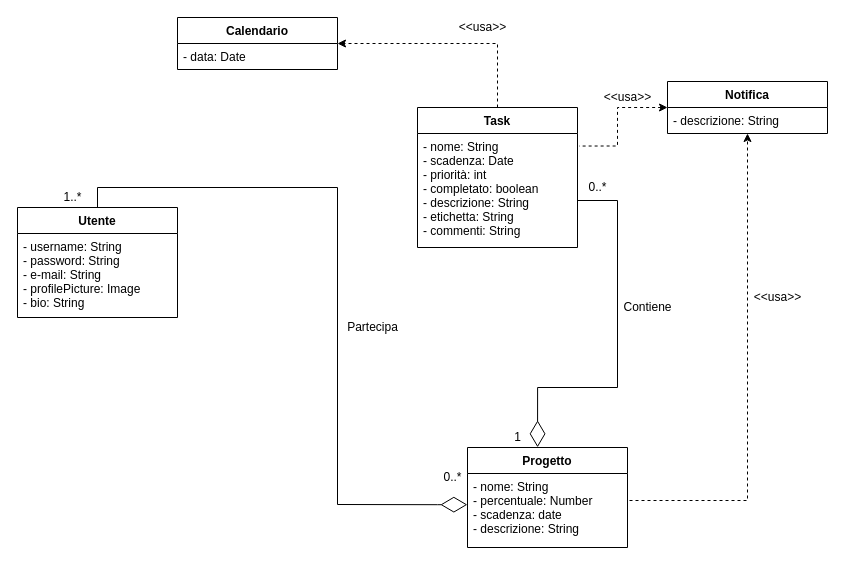
Above: Documentazione/Diagrammi/Diagrammi .drawio/BeeWork-Data_model.drawio in SelVer99/BeeWork (draw.io), before the change. Source tidied: cells renumbered, new cells numbered last; positions are measured from the earlier drawing's top-left corner, leaving out a move shared by most shapes. Both pictures are drawn from the tidied source at 100%, with x=0, y=0 at pixel (17, 17).
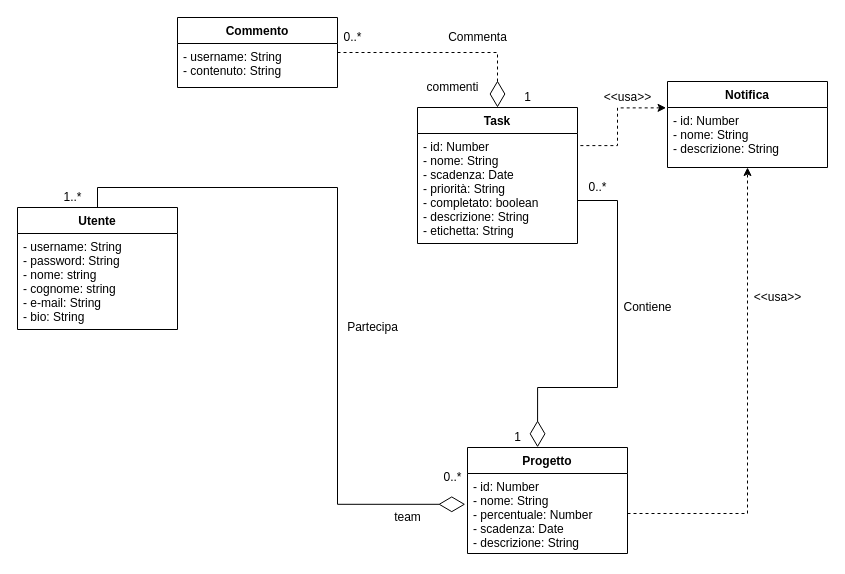
The same page after the edit.

Commit message (it also covers changes not shown here):
Modifiche al model Task

The edit, as a diff of the source:
```diff
@@
     <mxCell id="2" value="Utente" style="swimlane;fontStyle=1;align=center;verticalAlign=top;horizontal=1;startSize=26;" parent="1" vertex="1">
-      <mxGeometry y="190" width="160" height="110" as="geometry" />
+      <mxGeometry y="190" width="160" height="122" as="geometry" />
     </mxCell>
-    <mxCell id="3" value="- username: String&#10;- password: String&#10;- e-mail: String&#10;- profilePicture: Image&#10;- bio: String" style="text;strokeColor=none;fillColor=none;align=left;verticalAlign=top;spacingLeft=4;spacingRight=4;overflow=hidden;" parent="2" vertex="1">
-      <mxGeometry y="26" width="160" height="84" as="geometry" />
+    <mxCell id="3" value="- username: String&#10;- password: String&#10;- nome: string&#10;- cognome: string&#10;- e-mail: String&#10;- bio: String" style="text;strokeColor=none;fillColor=none;align=left;verticalAlign=top;spacingLeft=4;spacingRight=4;overflow=hidden;" parent="2" vertex="1">
+      <mxGeometry y="26" width="160" height="96" as="geometry" />
     </mxCell>
     <mxCell id="4" value="Progetto" style="swimlane;fontStyle=1;align=center;verticalAlign=top;horizontal=1;startSize=26;" parent="1" vertex="1">
-      <mxGeometry x="450" y="430" width="160" height="100" as="geometry" />
+      <mxGeometry x="450" y="430" width="160" height="106" as="geometry" />
     </mxCell>
-    <mxCell id="5" value="- nome: String&#10;- percentuale: Number &#10;- scadenza: date&#10;- descrizione: String" style="text;strokeColor=none;fillColor=none;align=left;verticalAlign=top;spacingLeft=4;spacingRight=4;overflow=hidden;points=[[0,0.5],[1,0.5]];portConstraint=eastwest;" parent="4" vertex="1">
-      <mxGeometry y="26" width="160" height="74" as="geometry" />
+    <mxCell id="5" value="- id: Number&#10;- nome: String&#10;- percentuale: Number &#10;- scadenza: Date&#10;- descrizione: String" style="text;strokeColor=none;fillColor=none;align=left;verticalAlign=top;spacingLeft=4;spacingRight=4;overflow=hidden;points=[[0,0.5],[1,0.5]];portConstraint=eastwest;" parent="4" vertex="1">
+      <mxGeometry y="26" width="160" height="80" as="geometry" />
     </mxCell>
-    <mxCell id="6" style="edgeStyle=orthogonalEdgeStyle;rounded=0;jettySize=auto;html=1;exitX=-0.001;exitY=0.421;exitDx=0;exitDy=0;entryX=0.5;entryY=0;entryDx=0;entryDy=0;endArrow=none;endFill=0;endSize=6;exitPerimeter=0;startArrow=diamondThin;startFill=0;startSize=24;" parent="1" edge="1" source="5" target="2">
+    <mxCell id="6" style="edgeStyle=orthogonalEdgeStyle;rounded=0;jettySize=auto;html=1;entryX=0.5;entryY=0;entryDx=0;entryDy=0;endArrow=none;endFill=0;endSize=6;startArrow=diamondThin;startFill=0;startSize=24;exitX=-0.014;exitY=0.385;exitDx=0;exitDy=0;exitPerimeter=0;" parent="1" edge="1" source="5" target="2">
       <mxGeometry relative="1" as="geometry">
         <Array as="points">
-          <mxPoint x="420" y="487" />
           <mxPoint x="320" y="487" />
           <mxPoint x="320" y="170" />
           <mxPoint x="80" y="170" />
         </Array>
       </mxGeometry>
     </mxCell>
-    <mxCell id="7" style="edgeStyle=orthogonalEdgeStyle;rounded=0;jettySize=auto;html=1;exitX=0.5;exitY=0;exitDx=0;exitDy=0;entryX=1;entryY=0.5;entryDx=0;entryDy=0;endArrow=classic;endFill=1;endSize=6;dashed=1;startArrow=none;startFill=0;" parent="1" edge="1" source="8" target="13">
+    <mxCell id="7" style="edgeStyle=orthogonalEdgeStyle;rounded=0;jettySize=auto;html=1;exitX=0.5;exitY=0;exitDx=0;exitDy=0;entryX=1;entryY=0.5;entryDx=0;entryDy=0;endArrow=none;endFill=0;endSize=6;dashed=1;startArrow=diamondThin;startFill=0;startSize=24;" parent="1" edge="1" source="8" target="13">
       <mxGeometry relative="1" as="geometry" />
     </mxCell>
     <mxCell id="8" value="Task" style="swimlane;fontStyle=1;align=center;verticalAlign=top;horizontal=1;startSize=26;" parent="1" vertex="1">
-      <mxGeometry x="400" y="90" width="160" height="140" as="geometry" />
+      <mxGeometry x="400" y="90" width="160" height="136" as="geometry" />
     </mxCell>
-    <mxCell id="9" value="- nome: String&#10;- scadenza: Date&#10;- priorità: int&#10;- completato: boolean&#10;- descrizione: String&#10;- etichetta: String&#10;- commenti: String" style="text;strokeColor=none;fillColor=none;align=left;verticalAlign=top;spacingLeft=4;spacingRight=4;overflow=hidden;points=[[0,0.5],[1,0.5]];portConstraint=eastwest;" parent="8" vertex="1">
-      <mxGeometry y="26" width="160" height="114" as="geometry" />
+    <mxCell id="9" value="- id: Number&#10;- nome: String&#10;- scadenza: Date&#10;- priorità: String&#10;- completato: boolean&#10;- descrizione: String&#10;- etichetta: String" style="text;strokeColor=none;fillColor=none;align=left;verticalAlign=top;spacingLeft=4;spacingRight=4;overflow=hidden;points=[[0,0.5],[1,0.5]];portConstraint=eastwest;" parent="8" vertex="1">
+      <mxGeometry y="26" width="160" height="110" as="geometry" />
     </mxCell>
-    <mxCell id="10" style="edgeStyle=orthogonalEdgeStyle;rounded=0;jettySize=auto;html=1;exitX=0;exitY=0.5;exitDx=0;exitDy=0;entryX=1.01;entryY=0.11;entryDx=0;entryDy=0;entryPerimeter=0;endArrow=none;endFill=0;endSize=6;dashed=1;startArrow=classic;startFill=1;" parent="1" edge="1" source="11" target="9">
+    <mxCell id="10" style="edgeStyle=orthogonalEdgeStyle;rounded=0;jettySize=auto;html=1;exitX=-0.009;exitY=0.006;exitDx=0;exitDy=0;entryX=1.01;entryY=0.11;entryDx=0;entryDy=0;entryPerimeter=0;endArrow=none;endFill=0;endSize=6;dashed=1;startArrow=classic;startFill=1;exitPerimeter=0;" parent="1" edge="1" source="12" target="9">
       <mxGeometry relative="1" as="geometry">
         <Array as="points">
           <mxPoint x="600" y="90" />
           <mxPoint x="600" y="129" />
+          <mxPoint x="562" y="129" />
         </Array>
       </mxGeometry>
     </mxCell>
     <mxCell id="11" value="Notifica" style="swimlane;fontStyle=1;align=center;verticalAlign=top;horizontal=1;startSize=26;" parent="1" vertex="1">
-      <mxGeometry x="650" y="64" width="160" height="52" as="geometry" />
+      <mxGeometry x="650" y="64" width="160" height="86" as="geometry" />
     </mxCell>
-    <mxCell id="12" value="- descrizione: String" style="text;strokeColor=none;fillColor=none;align=left;verticalAlign=top;spacingLeft=4;spacingRight=4;overflow=hidden;points=[[0,0.5],[1,0.5]];portConstraint=eastwest;" parent="11" vertex="1">
-      <mxGeometry y="26" width="160" height="26" as="geometry" />
+    <mxCell id="12" value="- id: Number&#10;- nome: String&#10;- descrizione: String" style="text;strokeColor=none;fillColor=none;align=left;verticalAlign=top;spacingLeft=4;spacingRight=4;overflow=hidden;points=[[0,0.5],[1,0.5]];portConstraint=eastwest;" parent="11" vertex="1">
+      <mxGeometry y="26" width="160" height="60" as="geometry" />
     </mxCell>
-    <mxCell id="13" value="Calendario" style="swimlane;fontStyle=1;align=center;verticalAlign=top;horizontal=1;startSize=26;" parent="1" vertex="1">
-      <mxGeometry x="160" width="160" height="52" as="geometry" />
+    <mxCell id="13" value="Commento" style="swimlane;fontStyle=1;align=center;verticalAlign=top;horizontal=1;startSize=26;" parent="1" vertex="1">
+      <mxGeometry x="160" width="160" height="70" as="geometry" />
     </mxCell>
-    <mxCell id="14" value="- data: Date" style="text;strokeColor=none;fillColor=none;align=left;verticalAlign=top;spacingLeft=4;spacingRight=4;overflow=hidden;" parent="13" vertex="1">
-      <mxGeometry y="26" width="160" height="26" as="geometry" />
+    <mxCell id="14" value="- username: String&#10;- contenuto: String" style="text;strokeColor=none;fillColor=none;align=left;verticalAlign=top;spacingLeft=4;spacingRight=4;overflow=hidden;" parent="13" vertex="1">
+      <mxGeometry y="26" width="160" height="44" as="geometry" />
     </mxCell>
@@
-    <mxCell id="18" style="edgeStyle=orthogonalEdgeStyle;rounded=0;jettySize=auto;html=1;exitX=1;exitY=0.5;exitDx=0;exitDy=0;endArrow=classic;endFill=1;endSize=6;dashed=1;startArrow=none;startFill=0;" parent="1" edge="1" source="5">
+    <mxCell id="18" style="edgeStyle=orthogonalEdgeStyle;rounded=0;jettySize=auto;html=1;exitX=1;exitY=0.5;exitDx=0;exitDy=0;endArrow=classic;endFill=1;endSize=6;dashed=1;startArrow=none;startFill=0;" parent="1" edge="1" source="5" target="12">
       <mxGeometry relative="1" as="geometry">
-        <mxPoint x="730" y="116" as="targetPoint" />
         <Array as="points">
-          <mxPoint x="730" y="483" />
-          <mxPoint x="730" y="116" />
+          <mxPoint x="730" y="496" />
         </Array>
       </mxGeometry>
     </mxCell>
@@
-    <mxCell id="23" value="&amp;lt;&amp;lt;usa&amp;gt;&amp;gt;" style="text;html=1;align=center;verticalAlign=middle;" parent="1" vertex="1">
-      <mxGeometry x="435" width="60" height="20" as="geometry" />
+    <mxCell id="23" value="Commenta" style="text;html=1;align=center;verticalAlign=middle;" parent="1" vertex="1">
+      <mxGeometry x="425" y="10" width="70" height="20" as="geometry" />
     </mxCell>
@@
+    <mxCell id="26" value="team" style="text;html=1;align=center;verticalAlign=middle;strokeColor=none;" parent="1" vertex="1">
+      <mxGeometry x="370" y="490" width="40" height="20" as="geometry" />
+    </mxCell>
+    <mxCell id="27" value="commenti" style="text;html=1;align=center;verticalAlign=middle;strokeColor=none;" parent="1" vertex="1">
+      <mxGeometry x="400" y="60" width="70" height="20" as="geometry" />
+    </mxCell>
+    <mxCell id="28" value="1" style="text;html=1;align=center;verticalAlign=middle;strokeColor=none;" parent="1" vertex="1">
+      <mxGeometry x="500" y="70" width="20" height="20" as="geometry" />
+    </mxCell>
+    <mxCell id="29" value="0..*" style="text;html=1;align=center;verticalAlign=middle;strokeColor=none;" parent="1" vertex="1">
+      <mxGeometry x="320" y="10" width="30" height="20" as="geometry" />
+    </mxCell>
```
